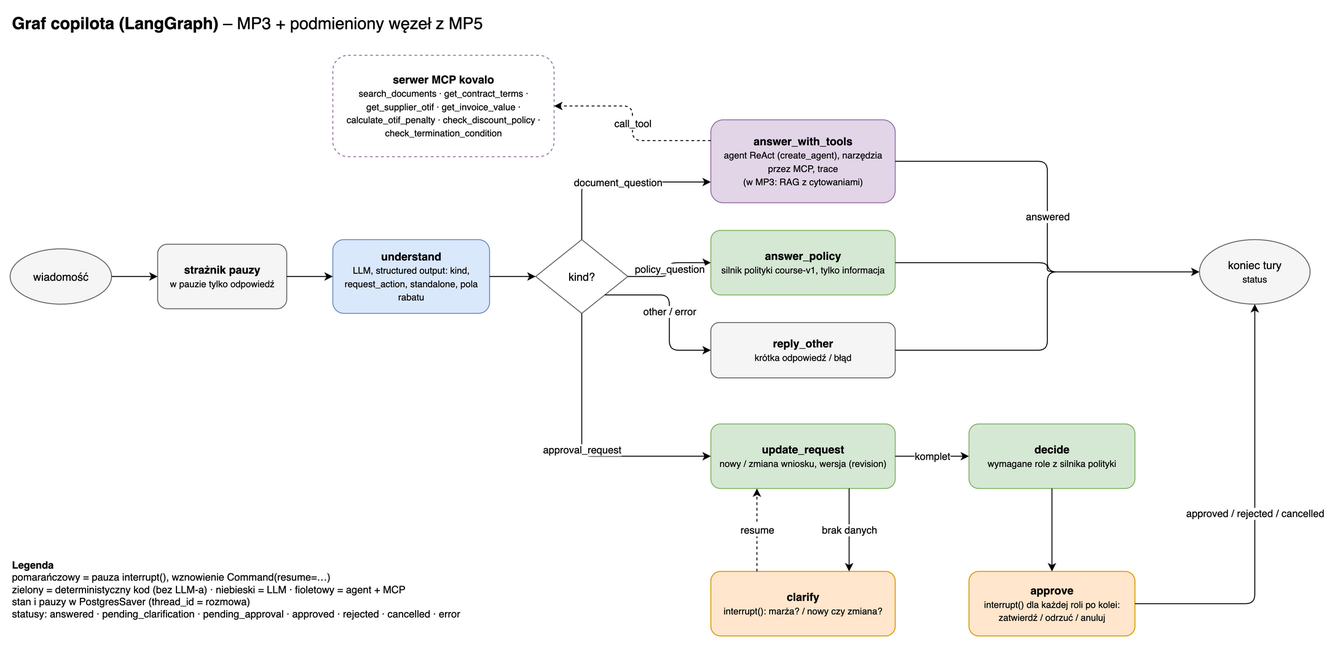
oszypczy/kovalo-copilot keeps this draw.io diagram as docs/architecture/kovalo-architecture-2-graph.png. Above is the earlier version. Source tidied: cells renumbered, new cells last; positions are measured from the earlier drawing's top-left corner, leaving out a move shared by most shapes.
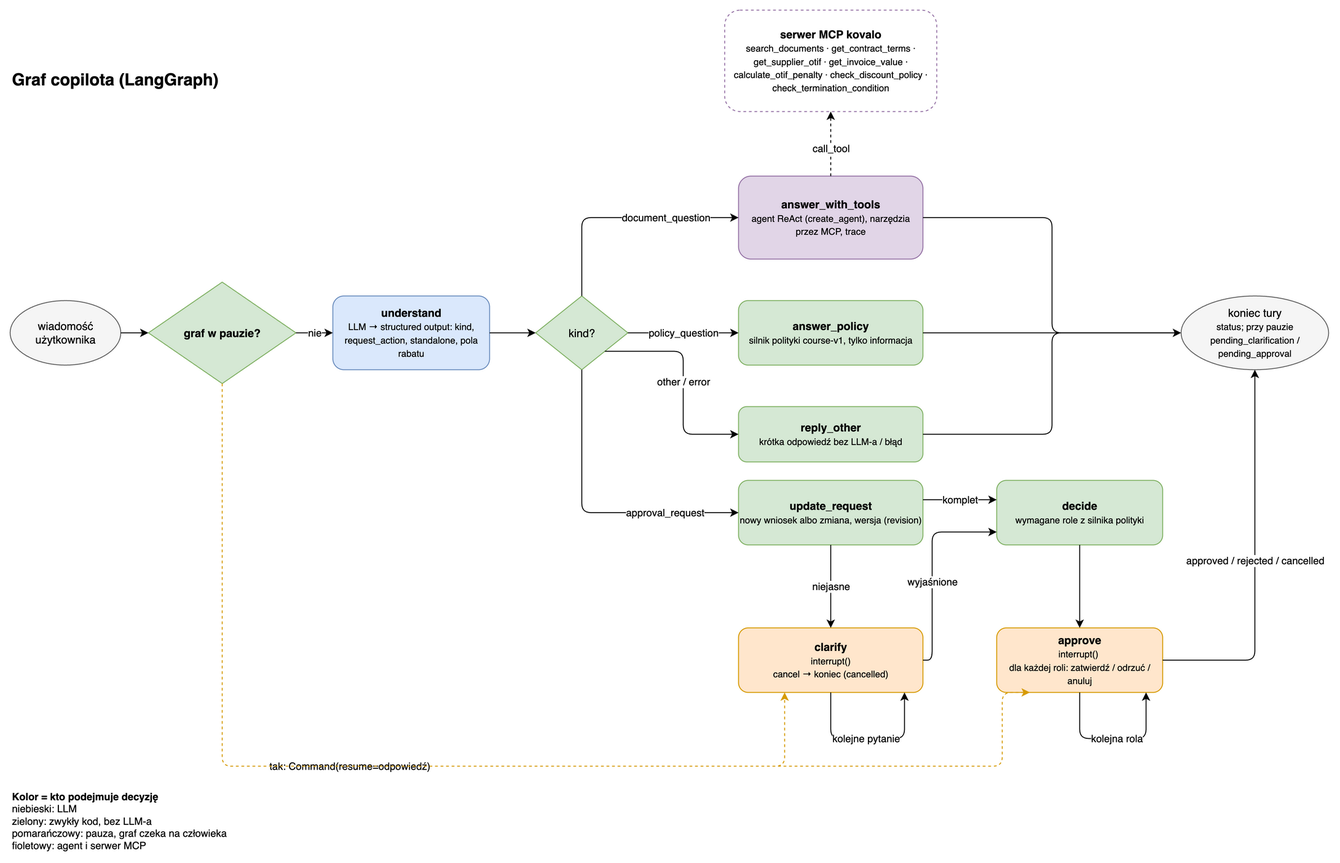
The same file after the commit.

Diff of the diagram source:
```diff
@@ -2,59 +2,59 @@
   <root>
     <mxCell id="0" />
     <mxCell id="1" parent="0" />
-    <mxCell id="2" value="&lt;b&gt;Graf copilota (LangGraph)&lt;/b&gt; – MP3 + podmieniony węzeł z MP5" style="text;html=1;fontSize=18;align=left;verticalAlign=middle;" parent="1" vertex="1">
+    <mxCell id="2" value="&lt;b&gt;Graf copilota (LangGraph)&lt;/b&gt;" style="text;html=1;fontSize=18;align=left;verticalAlign=middle;" parent="1" vertex="1">
       <mxGeometry width="700" height="30" as="geometry" />
     </mxCell>
-    <mxCell id="3" value="wiadomość" style="ellipse;whiteSpace=wrap;html=1;fillColor=#f5f5f5;strokeColor=#666666;" parent="1" vertex="1">
-      <mxGeometry y="260" width="110" height="60" as="geometry" />
+    <mxCell id="3" value="wiadomość&lt;br&gt;użytkownika" style="ellipse;fillColor=#f5f5f5;strokeColor=#666666;whiteSpace=wrap;html=1;" parent="1" vertex="1">
+      <mxGeometry y="255" width="120" height="70" as="geometry" />
     </mxCell>
-    <mxCell id="4" value="&lt;b&gt;strażnik pauzy&lt;/b&gt;&lt;br&gt;&lt;font style=&quot;font-size:10px&quot;&gt;w pauzie tylko odpowiedź&lt;/font&gt;" style="rounded=1;whiteSpace=wrap;html=1;fillColor=#f5f5f5;strokeColor=#666666;" parent="1" vertex="1">
-      <mxGeometry x="160" y="255" width="140" height="70" as="geometry" />
+    <mxCell id="4" value="&lt;b&gt;graf w pauzie?&lt;/b&gt;&lt;font style=&quot;font-size:10px&quot;&gt;&lt;br&gt;&lt;/font&gt;" style="rhombus;fillColor=#d5e8d4;strokeColor=#82b366;whiteSpace=wrap;html=1;" parent="1" vertex="1">
+      <mxGeometry x="150" y="235" width="160" height="110" as="geometry" />
     </mxCell>
-    <mxCell id="5" value="&lt;b&gt;understand&lt;/b&gt;&lt;br&gt;&lt;font style=&quot;font-size:10px&quot;&gt;LLM, structured output: kind, request_action, standalone, pola rabatu&lt;/font&gt;" style="rounded=1;whiteSpace=wrap;html=1;fillColor=#dae8fc;strokeColor=#6c8ebf;" parent="1" vertex="1">
+    <mxCell id="5" value="&lt;b&gt;understand&lt;/b&gt;&lt;br&gt;&lt;font style=&quot;font-size:10px&quot;&gt;LLM → structured output: kind, request_action, standalone, pola rabatu&lt;/font&gt;" style="rounded=1;fillColor=#dae8fc;strokeColor=#6c8ebf;whiteSpace=wrap;html=1;" parent="1" vertex="1">
       <mxGeometry x="350" y="250" width="170" height="80" as="geometry" />
     </mxCell>
-    <mxCell id="6" value="kind?" style="rhombus;whiteSpace=wrap;html=1;fillColor=#ffffff;strokeColor=#666666;" parent="1" vertex="1">
+    <mxCell id="6" value="kind?" style="rhombus;fillColor=#d5e8d4;strokeColor=#82b366;whiteSpace=wrap;html=1;" parent="1" vertex="1">
       <mxGeometry x="570" y="250" width="100" height="80" as="geometry" />
     </mxCell>
-    <mxCell id="7" value="&lt;b&gt;answer_with_tools&lt;/b&gt;&lt;br&gt;&lt;font style=&quot;font-size:10px&quot;&gt;agent ReAct (create_agent), narzędzia przez MCP, trace&lt;br&gt;(w MP3: RAG z cytowaniami)&lt;/font&gt;" style="rounded=1;whiteSpace=wrap;html=1;fillColor=#e1d5e7;strokeColor=#9673a6;" parent="1" vertex="1">
-      <mxGeometry x="760" y="120" width="200" height="90" as="geometry" />
+    <mxCell id="7" value="&lt;b&gt;answer_with_tools&lt;/b&gt;&lt;br&gt;&lt;font style=&quot;font-size:10px&quot;&gt;agent ReAct (create_agent), narzędzia przez MCP, trace&lt;/font&gt;" style="rounded=1;fillColor=#e1d5e7;strokeColor=#9673a6;whiteSpace=wrap;html=1;" parent="1" vertex="1">
+      <mxGeometry x="790" y="120" width="200" height="90" as="geometry" />
     </mxCell>
-    <mxCell id="8" value="&lt;b&gt;answer_policy&lt;/b&gt;&lt;br&gt;&lt;font style=&quot;font-size:10px&quot;&gt;silnik polityki course-v1, tylko informacja&lt;/font&gt;" style="rounded=1;whiteSpace=wrap;html=1;fillColor=#d5e8d4;strokeColor=#82b366;" parent="1" vertex="1">
-      <mxGeometry x="760" y="240" width="200" height="70" as="geometry" />
+    <mxCell id="8" value="&lt;b&gt;answer_policy&lt;/b&gt;&lt;br&gt;&lt;font style=&quot;font-size:10px&quot;&gt;silnik polityki course-v1, tylko informacja&lt;/font&gt;" style="rounded=1;fillColor=#d5e8d4;strokeColor=#82b366;whiteSpace=wrap;html=1;" parent="1" vertex="1">
+      <mxGeometry x="790" y="255" width="200" height="70" as="geometry" />
     </mxCell>
-    <mxCell id="9" value="&lt;b&gt;reply_other&lt;/b&gt;&lt;br&gt;&lt;font style=&quot;font-size:10px&quot;&gt;krótka odpowiedź / błąd&lt;/font&gt;" style="rounded=1;whiteSpace=wrap;html=1;fillColor=#f5f5f5;strokeColor=#666666;" parent="1" vertex="1">
-      <mxGeometry x="760" y="340" width="200" height="60" as="geometry" />
+    <mxCell id="9" value="&lt;b&gt;reply_other&lt;/b&gt;&lt;br&gt;&lt;font style=&quot;font-size:10px&quot;&gt;krótka odpowiedź bez LLM-a / błąd&lt;/font&gt;" style="rounded=1;fillColor=#d5e8d4;strokeColor=#82b366;whiteSpace=wrap;html=1;" parent="1" vertex="1">
+      <mxGeometry x="790" y="370" width="200" height="60" as="geometry" />
     </mxCell>
-    <mxCell id="10" value="&lt;b&gt;update_request&lt;/b&gt;&lt;br&gt;&lt;font style=&quot;font-size:10px&quot;&gt;nowy / zmiana wniosku, wersja (revision)&lt;/font&gt;" style="rounded=1;whiteSpace=wrap;html=1;fillColor=#d5e8d4;strokeColor=#82b366;" parent="1" vertex="1">
-      <mxGeometry x="760" y="450" width="200" height="70" as="geometry" />
+    <mxCell id="10" value="&lt;b&gt;update_request&lt;/b&gt;&lt;br&gt;&lt;font style=&quot;font-size:10px&quot;&gt;nowy wniosek albo zmiana, wersja (revision)&lt;/font&gt;" style="rounded=1;fillColor=#d5e8d4;strokeColor=#82b366;whiteSpace=wrap;html=1;" parent="1" vertex="1">
+      <mxGeometry x="790" y="450" width="200" height="70" as="geometry" />
     </mxCell>
-    <mxCell id="11" value="&lt;b&gt;clarify&lt;/b&gt;&lt;br&gt;&lt;font style=&quot;font-size:10px&quot;&gt;interrupt(): marża? / nowy czy zmiana?&lt;/font&gt;" style="rounded=1;whiteSpace=wrap;html=1;fillColor=#ffe6cc;strokeColor=#d79b00;" parent="1" vertex="1">
-      <mxGeometry x="760" y="610" width="200" height="70" as="geometry" />
+    <mxCell id="11" value="&lt;b&gt;clarify&lt;/b&gt;&lt;br&gt;&lt;font style=&quot;font-size:10px&quot;&gt;interrupt()&lt;br&gt;cancel → koniec (cancelled)&lt;/font&gt;" style="rounded=1;fillColor=#ffe6cc;strokeColor=#d79b00;whiteSpace=wrap;html=1;" parent="1" vertex="1">
+      <mxGeometry x="790" y="610" width="200" height="70" as="geometry" />
     </mxCell>
-    <mxCell id="12" value="&lt;b&gt;decide&lt;/b&gt;&lt;br&gt;&lt;font style=&quot;font-size:10px&quot;&gt;wymagane role z silnika polityki&lt;/font&gt;" style="rounded=1;whiteSpace=wrap;html=1;fillColor=#d5e8d4;strokeColor=#82b366;" parent="1" vertex="1">
-      <mxGeometry x="1040" y="450" width="180" height="70" as="geometry" />
+    <mxCell id="12" value="&lt;b&gt;decide&lt;/b&gt;&lt;br&gt;&lt;font style=&quot;font-size:10px&quot;&gt;wymagane role z silnika polityki&lt;/font&gt;" style="rounded=1;fillColor=#d5e8d4;strokeColor=#82b366;whiteSpace=wrap;html=1;" parent="1" vertex="1">
+      <mxGeometry x="1070" y="450" width="180" height="70" as="geometry" />
     </mxCell>
-    <mxCell id="13" value="&lt;b&gt;approve&lt;/b&gt;&lt;br&gt;&lt;font style=&quot;font-size:10px&quot;&gt;interrupt() dla każdej roli po kolei: zatwierdź / odrzuć / anuluj&lt;/font&gt;" style="rounded=1;whiteSpace=wrap;html=1;fillColor=#ffe6cc;strokeColor=#d79b00;" parent="1" vertex="1">
-      <mxGeometry x="1040" y="610" width="180" height="70" as="geometry" />
+    <mxCell id="13" value="&lt;b&gt;approve&lt;/b&gt;&lt;br&gt;&lt;font style=&quot;font-size:10px&quot;&gt;interrupt()&amp;nbsp;&lt;/font&gt;&lt;div&gt;&lt;font style=&quot;font-size:10px&quot;&gt;dla każdej roli: zatwierdź / odrzuć / anuluj&lt;/font&gt;&lt;/div&gt;" style="rounded=1;fillColor=#ffe6cc;strokeColor=#d79b00;whiteSpace=wrap;html=1;" parent="1" vertex="1">
+      <mxGeometry x="1070" y="610" width="180" height="70" as="geometry" />
     </mxCell>
-    <mxCell id="14" value="koniec tury&lt;br&gt;&lt;font style=&quot;font-size:10px&quot;&gt;status&lt;/font&gt;" style="ellipse;whiteSpace=wrap;html=1;fillColor=#f5f5f5;strokeColor=#666666;" parent="1" vertex="1">
-      <mxGeometry x="1290" y="250" width="120" height="70" as="geometry" />
+    <mxCell id="14" value="koniec tury&lt;br&gt;&lt;font style=&quot;font-size:10px&quot;&gt;status; przy pauzie&lt;br&gt;pending_clarification / pending_approval&lt;/font&gt;" style="ellipse;fillColor=#f5f5f5;strokeColor=#666666;whiteSpace=wrap;html=1;" parent="1" vertex="1">
+      <mxGeometry x="1270" y="250" width="160" height="80" as="geometry" />
     </mxCell>
-    <mxCell id="15" value="&lt;b&gt;serwer MCP kovalo&lt;/b&gt;&lt;br&gt;&lt;font style=&quot;font-size:10px&quot;&gt;search_documents · get_contract_terms · get_supplier_otif · get_invoice_value · calculate_otif_penalty · check_discount_policy · check_termination_condition&lt;/font&gt;" style="rounded=1;whiteSpace=wrap;html=1;dashed=1;fillColor=#ffffff;strokeColor=#9673a6;" parent="1" vertex="1">
-      <mxGeometry x="350" y="50" width="240" height="110" as="geometry" />
+    <mxCell id="15" value="&lt;b&gt;serwer MCP kovalo&lt;/b&gt;&lt;br&gt;&lt;font style=&quot;font-size:10px&quot;&gt;search_documents · get_contract_terms · get_supplier_otif · get_invoice_value · calculate_otif_penalty · check_discount_policy · check_termination_condition&lt;/font&gt;" style="rounded=1;dashed=1;fillColor=#ffffff;strokeColor=#9673a6;whiteSpace=wrap;html=1;" parent="1" vertex="1">
+      <mxGeometry x="775" y="-60" width="230" height="110" as="geometry" />
     </mxCell>
     <mxCell id="16" style="edgeStyle=orthogonalEdgeStyle;rounded=1;html=1;defaultLabelBackgroundColor=page;" parent="1" edge="1" source="3" target="4">
       <mxGeometry relative="1" as="geometry" />
     </mxCell>
-    <mxCell id="17" style="edgeStyle=orthogonalEdgeStyle;rounded=1;html=1;defaultLabelBackgroundColor=page;" parent="1" edge="1" source="4" target="5">
+    <mxCell id="17" value="nie" style="edgeStyle=orthogonalEdgeStyle;rounded=1;html=1;defaultLabelBackgroundColor=page;" parent="1" edge="1" source="4" target="5">
       <mxGeometry relative="1" as="geometry" />
     </mxCell>
     <mxCell id="18" style="edgeStyle=orthogonalEdgeStyle;rounded=1;html=1;defaultLabelBackgroundColor=page;" parent="1" edge="1" source="5" target="6">
       <mxGeometry relative="1" as="geometry" />
     </mxCell>
-    <mxCell id="19" value="document_question" style="edgeStyle=orthogonalEdgeStyle;rounded=1;html=1;defaultLabelBackgroundColor=page;exitX=0.5;exitY=0;entryX=0;entryY=0.75;" parent="1" edge="1" source="6" target="7">
-      <mxGeometry relative="1" as="geometry" />
+    <mxCell id="19" value="document_question" style="edgeStyle=orthogonalEdgeStyle;rounded=1;html=1;defaultLabelBackgroundColor=page;exitX=0.5;exitY=0;entryX=0;entryY=0.5;entryDx=0;entryDy=0;" parent="1" edge="1" source="6" target="7">
+      <mxGeometry x="0.38" relative="1" as="geometry" />
     </mxCell>
     <mxCell id="20" value="policy_question" style="edgeStyle=orthogonalEdgeStyle;rounded=1;html=1;defaultLabelBackgroundColor=page;exitX=1;exitY=0.5;entryX=0;entryY=0.5;" parent="1" edge="1" source="6" target="8">
       <mxGeometry relative="1" as="geometry" />
@@ -63,24 +63,45 @@
       <mxGeometry relative="1" as="geometry" />
     </mxCell>
     <mxCell id="22" value="approval_request" style="edgeStyle=orthogonalEdgeStyle;rounded=1;html=1;defaultLabelBackgroundColor=page;exitX=0.5;exitY=1;entryX=0;entryY=0.5;" parent="1" edge="1" source="6" target="10">
-      <mxGeometry relative="1" as="geometry" />
+      <mxGeometry x="0.51" relative="1" as="geometry" />
     </mxCell>
-    <mxCell id="23" value="brak danych" style="edgeStyle=orthogonalEdgeStyle;rounded=1;html=1;defaultLabelBackgroundColor=page;exitX=0.75;exitY=1;entryX=0.75;entryY=0;" parent="1" edge="1" source="10" target="11">
+    <mxCell id="23" value="niejasne" style="edgeStyle=orthogonalEdgeStyle;rounded=1;html=1;defaultLabelBackgroundColor=page;exitX=0.5;exitY=1;entryX=0.5;entryY=0;" parent="1" edge="1" source="10" target="11">
       <mxGeometry relative="1" as="geometry" />
     </mxCell>
-    <mxCell id="24" value="komplet" style="edgeStyle=orthogonalEdgeStyle;rounded=1;html=1;defaultLabelBackgroundColor=page;" parent="1" edge="1" source="10" target="12">
+    <mxCell id="24" value="komplet" style="edgeStyle=orthogonalEdgeStyle;rounded=1;html=1;defaultLabelBackgroundColor=page;exitX=1;exitY=0.3;entryX=0;entryY=0.3;" parent="1" edge="1" source="10" target="12">
       <mxGeometry relative="1" as="geometry" />
     </mxCell>
+    <mxCell id="33" value="wyjaśnione" style="edgeStyle=orthogonalEdgeStyle;rounded=1;html=1;defaultLabelBackgroundColor=page;exitX=1;exitY=0.5;entryX=0;entryY=0.8;" parent="1" edge="1" source="11" target="12">
+      <mxGeometry x="-0.13" relative="1" as="geometry">
+        <Array as="points">
+          <mxPoint x="1000" y="645" />
+          <mxPoint x="1000" y="506" />
+        </Array>
+      </mxGeometry>
+    </mxCell>
-    <mxCell id="25" value="resume" style="edgeStyle=orthogonalEdgeStyle;rounded=1;html=1;dashed=1;defaultLabelBackgroundColor=page;exitX=0.25;exitY=0;entryX=0.25;entryY=1;" parent="1" edge="1" source="11" target="10">
-      <mxGeometry relative="1" as="geometry" />
+    <mxCell id="25" value="kolejne pytanie" style="edgeStyle=orthogonalEdgeStyle;rounded=1;html=1;defaultLabelBackgroundColor=page;exitX=0.5;exitY=1;entryX=0.9;entryY=1;innerLoopWaypoints=1;exitDx=0;exitDy=0;" parent="1" edge="1" source="11" target="11">
+      <mxGeometry x="-0.02" relative="1" as="geometry">
+        <Array as="points">
+          <mxPoint x="890" y="730" />
+          <mxPoint x="970" y="730" />
+        </Array>
+      </mxGeometry>
     </mxCell>
     <mxCell id="26" style="edgeStyle=orthogonalEdgeStyle;rounded=1;html=1;defaultLabelBackgroundColor=page;" parent="1" edge="1" source="12" target="13">
       <mxGeometry relative="1" as="geometry" />
     </mxCell>
+    <mxCell id="34" value="kolejna rola" style="edgeStyle=orthogonalEdgeStyle;rounded=1;html=1;defaultLabelBackgroundColor=page;exitX=0.5;exitY=1;entryX=0.9;entryY=1;exitDx=0;exitDy=0;innerLoopWaypoints=1;" parent="1" edge="1" source="13" target="13">
+      <mxGeometry x="0.05" relative="1" as="geometry">
+        <Array as="points">
+          <mxPoint x="1160" y="730" />
+          <mxPoint x="1232" y="730" />
+        </Array>
+      </mxGeometry>
+    </mxCell>
     <mxCell id="27" value="approved / rejected / cancelled" style="edgeStyle=orthogonalEdgeStyle;rounded=1;html=1;defaultLabelBackgroundColor=page;exitX=1;exitY=0.5;entryX=0.5;entryY=1;" parent="1" edge="1" source="13" target="14">
       <mxGeometry relative="1" as="geometry" />
     </mxCell>
-    <mxCell id="28" value="answered" style="edgeStyle=orthogonalEdgeStyle;rounded=1;html=1;defaultLabelBackgroundColor=page;exitX=1;exitY=0.5;entryX=0;entryY=0.5;" parent="1" edge="1" source="7" target="14">
+    <mxCell id="28" value="&lt;br&gt;&lt;div&gt;&lt;br&gt;&lt;/div&gt;" style="edgeStyle=orthogonalEdgeStyle;rounded=1;html=1;defaultLabelBackgroundColor=page;exitX=1;exitY=0.5;entryX=0;entryY=0.5;" parent="1" edge="1" source="7" target="14">
       <mxGeometry relative="1" as="geometry" />
     </mxCell>
     <mxCell id="29" style="edgeStyle=orthogonalEdgeStyle;rounded=1;html=1;defaultLabelBackgroundColor=page;exitX=1;exitY=0.5;entryX=0;entryY=0.5;" parent="1" edge="1" source="8" target="14">
@@ -89,11 +110,27 @@
     <mxCell id="30" style="edgeStyle=orthogonalEdgeStyle;rounded=1;html=1;defaultLabelBackgroundColor=page;exitX=1;exitY=0.5;entryX=0;entryY=0.5;" parent="1" edge="1" source="9" target="14">
       <mxGeometry relative="1" as="geometry" />
     </mxCell>
-    <mxCell id="31" value="call_tool" style="edgeStyle=orthogonalEdgeStyle;rounded=1;html=1;dashed=1;defaultLabelBackgroundColor=page;exitX=0;exitY=0.25;entryX=1;entryY=0.5;" parent="1" edge="1" source="7" target="15">
-      <mxGeometry relative="1" as="geometry" />
+    <mxCell id="31" value="call_tool" style="edgeStyle=orthogonalEdgeStyle;rounded=1;html=1;defaultLabelBackgroundColor=page;dashed=1;exitX=0.5;exitY=0;entryX=0.5;entryY=1;exitDx=0;exitDy=0;entryDx=0;entryDy=0;" parent="1" edge="1" source="7" target="15">
+      <mxGeometry x="-0.14" relative="1" as="geometry" />
     </mxCell>
+    <mxCell id="35" value="tak: Command(resume=odpowiedź)" style="edgeStyle=orthogonalEdgeStyle;rounded=1;html=1;defaultLabelBackgroundColor=page;dashed=1;strokeColor=#d79b00;exitX=0.5;exitY=1;entryX=0.25;entryY=1;" parent="1" edge="1" source="4" target="11">
+      <mxGeometry relative="1" as="geometry">
+        <Array as="points">
+          <mxPoint x="230" y="760" />
+          <mxPoint x="840" y="760" />
+        </Array>
+      </mxGeometry>
+    </mxCell>
+    <mxCell id="36" style="edgeStyle=orthogonalEdgeStyle;rounded=1;html=1;defaultLabelBackgroundColor=page;dashed=1;strokeColor=#d79b00;exitX=0.5;exitY=1;entryX=0.2;entryY=1;" parent="1" edge="1" source="4" target="13">
+      <mxGeometry relative="1" as="geometry">
+        <Array as="points">
+          <mxPoint x="230" y="760" />
+          <mxPoint x="1076" y="760" />
+        </Array>
+      </mxGeometry>
+    </mxCell>
-    <mxCell id="32" value="&lt;b&gt;Legenda&lt;/b&gt;&lt;br&gt;pomarańczowy = pauza interrupt(), wznowienie Command(resume=…)&lt;br&gt;zielony = deterministyczny kod (bez LLM-a) · niebieski = LLM · fioletowy = agent + MCP&lt;br&gt;stan i pauzy w PostgresSaver (thread_id = rozmowa)&lt;br&gt;statusy: answered · pending_clarification · pending_approval · approved · rejected · cancelled · error" style="text;html=1;align=left;verticalAlign=top;fontSize=11;" parent="1" vertex="1">
-      <mxGeometry y="590" width="560" height="90" as="geometry" />
+    <mxCell id="32" value="&lt;b&gt;Kolor = kto podejmuje decyzję&lt;/b&gt;&lt;br&gt;niebieski: LLM &lt;br&gt;zielony: zwykły kod, bez LLM-a&lt;div&gt;pomarańczowy: pauza, graf czeka na człowieka&amp;nbsp;&lt;/div&gt;&lt;div&gt;fioletowy: agent i serwer MCP&lt;/div&gt;" style="text;html=1;align=left;verticalAlign=top;fontSize=11;" parent="1" vertex="1">
+      <mxGeometry y="780" width="760" height="40" as="geometry" />
     </mxCell>
   </root>
 </mxGraphModel>
```
